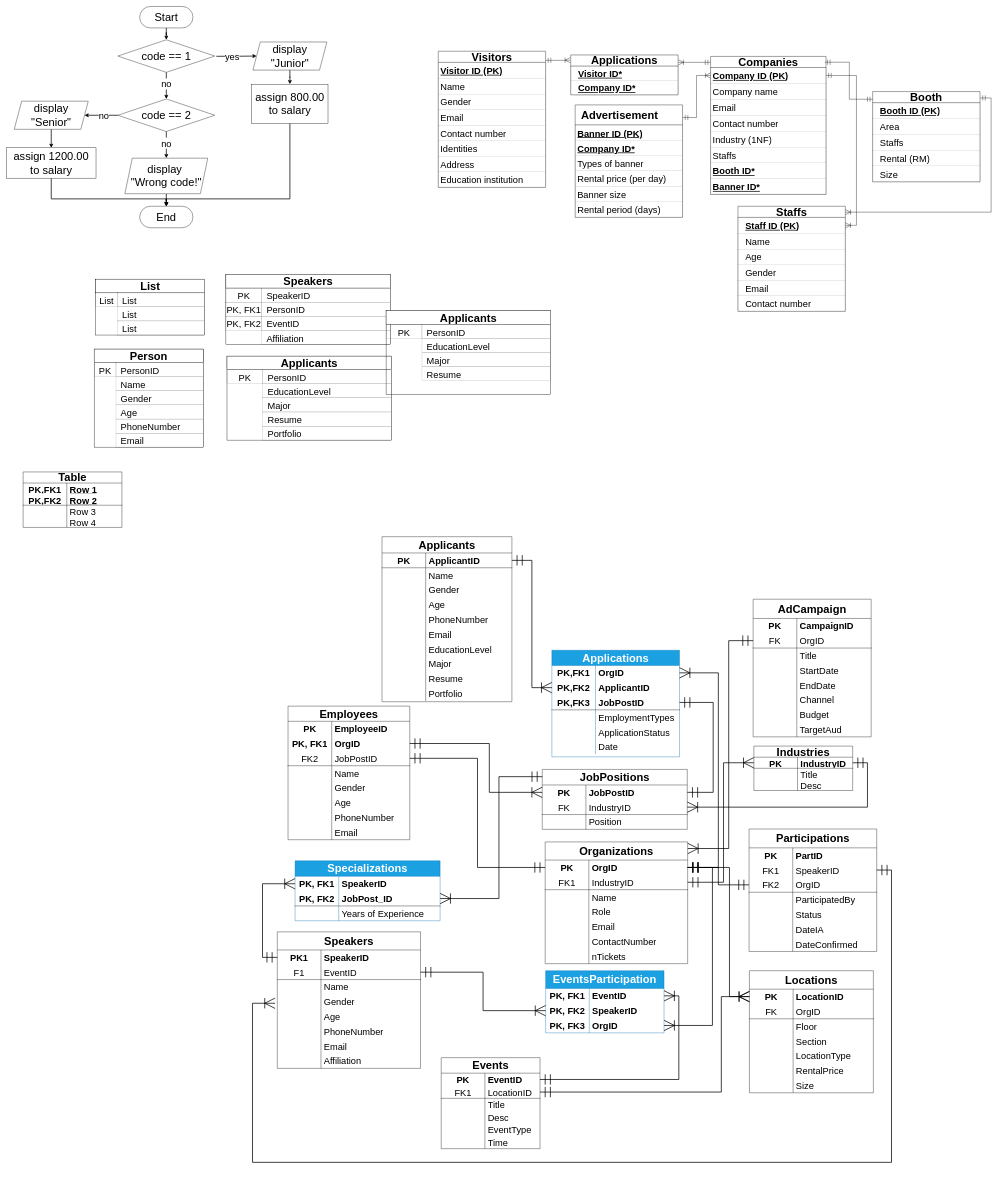
Before: ERD BMCS1053 asg.drawio in twelve0dev9/BMCS1053-asg, a draw.io diagram. Source tidied: cells renumbered, new cells numbered last; positions are measured from the earlier drawing's top-left corner, leaving out a move shared by most shapes. Both pictures are drawn from the tidied source at 37%, with x=0, y=0 at pixel (6, 6).
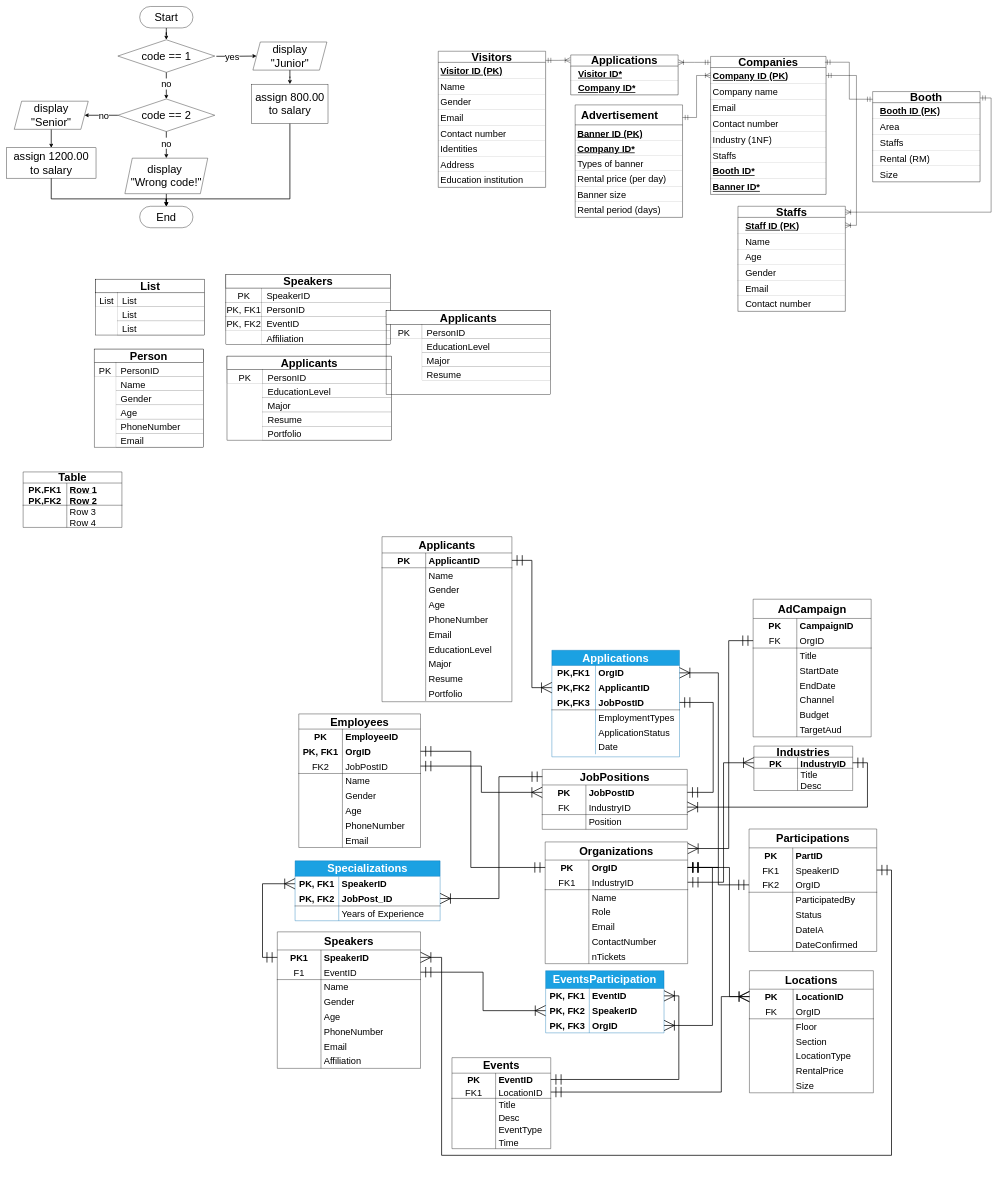
The same diagram, later.

The change refers to these unchanged cells:
```xml
<mxCell id="115" style="shape=tableRow;horizontal=0;startSize=0;swimlaneHead=0;swimlaneBody=0;fillColor=none;points=[[0,0.5],[1,0.5]];portConstraint=eastwest;top=0;left=0;right=0;bottom=0;html=1;fontSize=30;" parent="114" vertex="1">
  <mxGeometry y="49" width="387" height="40" as="geometry" />
</mxCell>
<mxCell id="187" style="shape=tableRow;horizontal=0;startSize=0;swimlaneHead=0;swimlaneBody=0;fillColor=none;points=[[0,0.5],[1,0.5]];portConstraint=eastwest;top=0;left=0;right=0;bottom=0;html=1;fontSize=30;fontStyle=0;" parent="183" vertex="1">
  <mxGeometry y="81" width="329" height="40" as="geometry" />
</mxCell>
<mxCell id="190" style="shape=tableRow;horizontal=0;startSize=0;swimlaneHead=0;swimlaneBody=0;fillColor=none;points=[[0,0.5],[1,0.5]];portConstraint=eastwest;top=0;left=0;right=0;bottom=1;html=1;fontSize=30;" parent="183" vertex="1">
  <mxGeometry y="121" width="329" height="40" as="geometry" />
</mxCell>
<mxCell id="241" style="shape=tableRow;horizontal=0;startSize=0;swimlaneHead=0;swimlaneBody=0;fillColor=none;points=[[0,0.5],[1,0.5]];portConstraint=eastwest;top=0;left=0;right=0;bottom=0;html=1;fontSize=30;fontStyle=0;" parent="237" vertex="1">
  <mxGeometry y="91" width="345" height="40" as="geometry" />
</mxCell>
<mxCell id="309" style="shape=tableRow;horizontal=0;startSize=0;swimlaneHead=0;swimlaneBody=0;fillColor=none;points=[[0,0.5],[1,0.5]];portConstraint=eastwest;top=0;left=0;right=0;bottom=0;html=1;fontSize=30;" parent="308" vertex="1">
  <mxGeometry y="49" width="385" height="40" as="geometry" />
</mxCell>
<mxCell id="332" style="shape=tableRow;horizontal=0;startSize=0;swimlaneHead=0;swimlaneBody=0;fillColor=none;points=[[0,0.5],[1,0.5]];portConstraint=eastwest;top=0;left=0;right=0;bottom=0;html=1;fontSize=30;" parent="331" vertex="1">
  <mxGeometry y="42" width="392" height="40" as="geometry" />
</mxCell>
```

The edit, as a diff of the source:
```diff
@@
     <mxCell id="183" value="Employees" style="shape=table;startSize=41;childLayout=tableLayout;rowLines=0;fontStyle=1;align=center;html=1;whiteSpace=wrap;fontSize=30;" parent="1" vertex="1">
-      <mxGeometry x="761" y="1891" width="329" height="361" as="geometry" />
+      <mxGeometry x="790" y="1912" width="329" height="361" as="geometry" />
     </mxCell>
@@
     <mxCell id="259" value="Events" style="shape=table;startSize=42;childLayout=tableLayout;rowLines=0;fontStyle=1;align=center;html=1;whiteSpace=wrap;fontSize=30;" parent="1" vertex="1">
-      <mxGeometry x="1175" y="2841" width="267" height="246" as="geometry" />
+      <mxGeometry x="1204" y="2841" width="267" height="246" as="geometry" />
     </mxCell>
@@
-    <mxCell id="300" style="edgeStyle=orthogonalEdgeStyle;shape=connector;rounded=0;jettySize=auto;html=1;strokeColor=default;align=center;verticalAlign=middle;fontFamily=Helvetica;fontSize=11;fontColor=default;labelBackgroundColor=default;startArrow=ERmandOne;startFill=0;startSize=25;endArrow=ERmandOne;endFill=0;endSize=25;strokeWidth=2;" parent="1" edge="1" source="309" target="190">
-      <mxGeometry relative="1" as="geometry" />
+    <mxCell id="300" style="edgeStyle=orthogonalEdgeStyle;shape=connector;rounded=0;jettySize=auto;html=1;strokeColor=default;align=center;verticalAlign=middle;fontFamily=Helvetica;fontSize=11;fontColor=default;labelBackgroundColor=default;startArrow=ERmandOne;startFill=0;startSize=25;endArrow=ERmandOne;endFill=0;endSize=25;strokeWidth=2;entryX=1;entryY=0.5;entryDx=0;entryDy=0;" parent="1" edge="1" source="309" target="187">
+      <mxGeometry relative="1" as="geometry">
+        <Array as="points">
+          <mxPoint x="1255" y="2327" />
+          <mxPoint x="1255" y="2013" />
+        </Array>
+      </mxGeometry>
     </mxCell>
-    <mxCell id="301" style="edgeStyle=orthogonalEdgeStyle;shape=connector;rounded=0;jettySize=auto;html=1;strokeColor=default;align=center;verticalAlign=middle;fontFamily=Helvetica;fontSize=11;fontColor=default;labelBackgroundColor=default;startArrow=ERoneToMany;startFill=0;startSize=25;endArrow=ERmandOne;endFill=0;endSize=25;strokeWidth=2;" parent="1" edge="1" source="332" target="187">
-      <mxGeometry relative="1" as="geometry">
-        <Array as="points">
-          <mxPoint x="1305" y="2124" />
-          <mxPoint x="1305" y="1992" />
-        </Array>
-      </mxGeometry>
+    <mxCell id="301" style="edgeStyle=orthogonalEdgeStyle;shape=connector;rounded=0;jettySize=auto;html=1;strokeColor=default;align=center;verticalAlign=middle;fontFamily=Helvetica;fontSize=11;fontColor=default;labelBackgroundColor=default;startArrow=ERoneToMany;startFill=0;startSize=25;endArrow=ERmandOne;endFill=0;endSize=25;strokeWidth=2;entryX=1;entryY=0.5;entryDx=0;entryDy=0;" parent="1" edge="1" source="332" target="190">
+      <mxGeometry relative="1" as="geometry" />
     </mxCell>
@@
-    <mxCell id="381" style="edgeStyle=orthogonalEdgeStyle;shape=connector;rounded=0;jettySize=auto;html=1;entryX=1;entryY=0.5;entryDx=0;entryDy=0;strokeColor=default;strokeWidth=2;align=center;verticalAlign=middle;fontFamily=Helvetica;fontSize=11;fontColor=default;labelBackgroundColor=default;startArrow=ERoneToMany;startFill=0;startSize=25;endArrow=ERmandOne;endFill=0;endSize=25;" parent="1" edge="1" target="241">
+    <mxCell id="381" style="edgeStyle=orthogonalEdgeStyle;shape=connector;rounded=0;jettySize=auto;html=1;entryX=1;entryY=0.5;entryDx=0;entryDy=0;strokeColor=default;strokeWidth=2;align=center;verticalAlign=middle;fontFamily=Helvetica;fontSize=11;fontColor=default;labelBackgroundColor=default;startArrow=ERoneToMany;startFill=0;startSize=25;endArrow=ERmandOne;endFill=0;endSize=25;" parent="1" edge="1" source="115" target="241">
       <mxGeometry relative="1" as="geometry">
-        <mxPoint x="726" y="2694" as="sourcePoint" />
         <Array as="points">
-          <mxPoint x="665" y="2694" />
-          <mxPoint x="665" y="3124" />
-          <mxPoint x="2392" y="3124" />
+          <mxPoint x="1176" y="2570" />
+          <mxPoint x="1176" y="3105" />
+          <mxPoint x="2392" y="3105" />
           <mxPoint x="2392" y="2334" />
         </Array>
       </mxGeometry>
     </mxCell>
```
